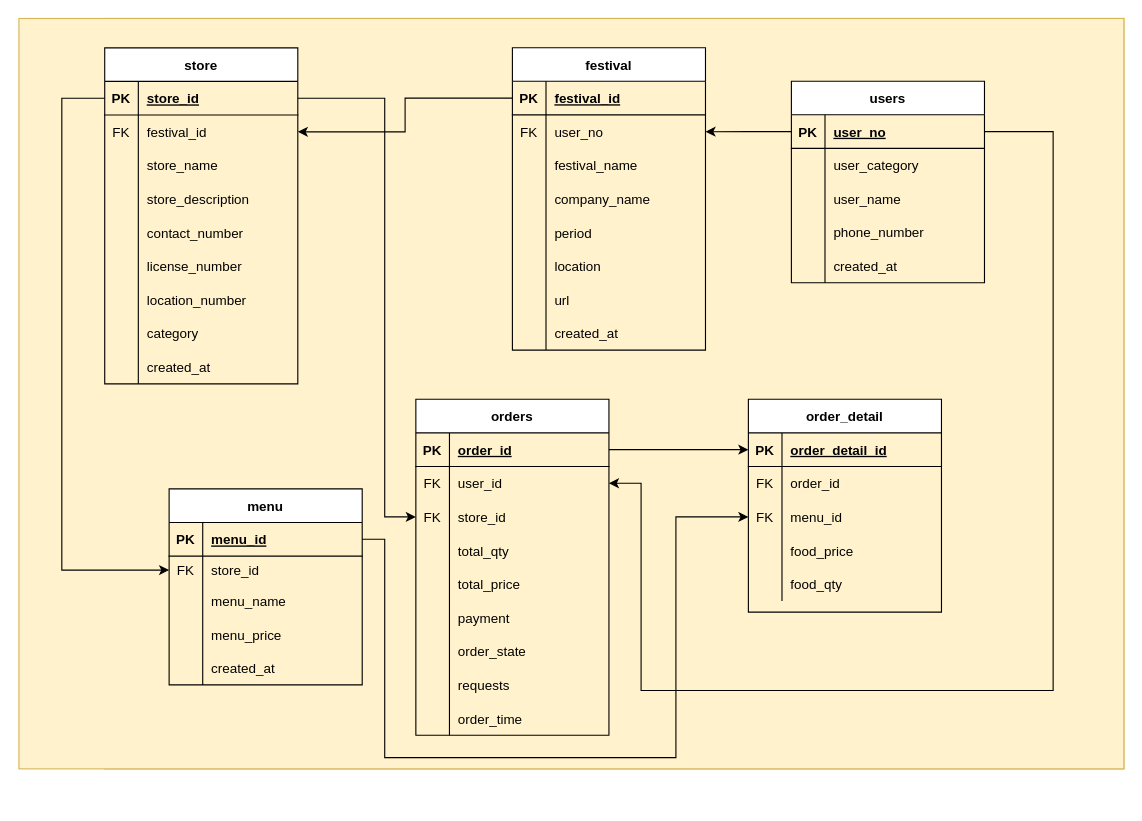
jaden7856/Goblin_DB_Schema keeps this draw.io diagram as DB Diagram.drawio. Above is the earlier version. Source tidied: cells renumbered, new cells numbered last; positions are measured from the earlier drawing's top-left corner, leaving out a move shared by most shapes. Both pictures are drawn from the tidied source at 112%, with x=0, y=0 at pixel (18, 18).
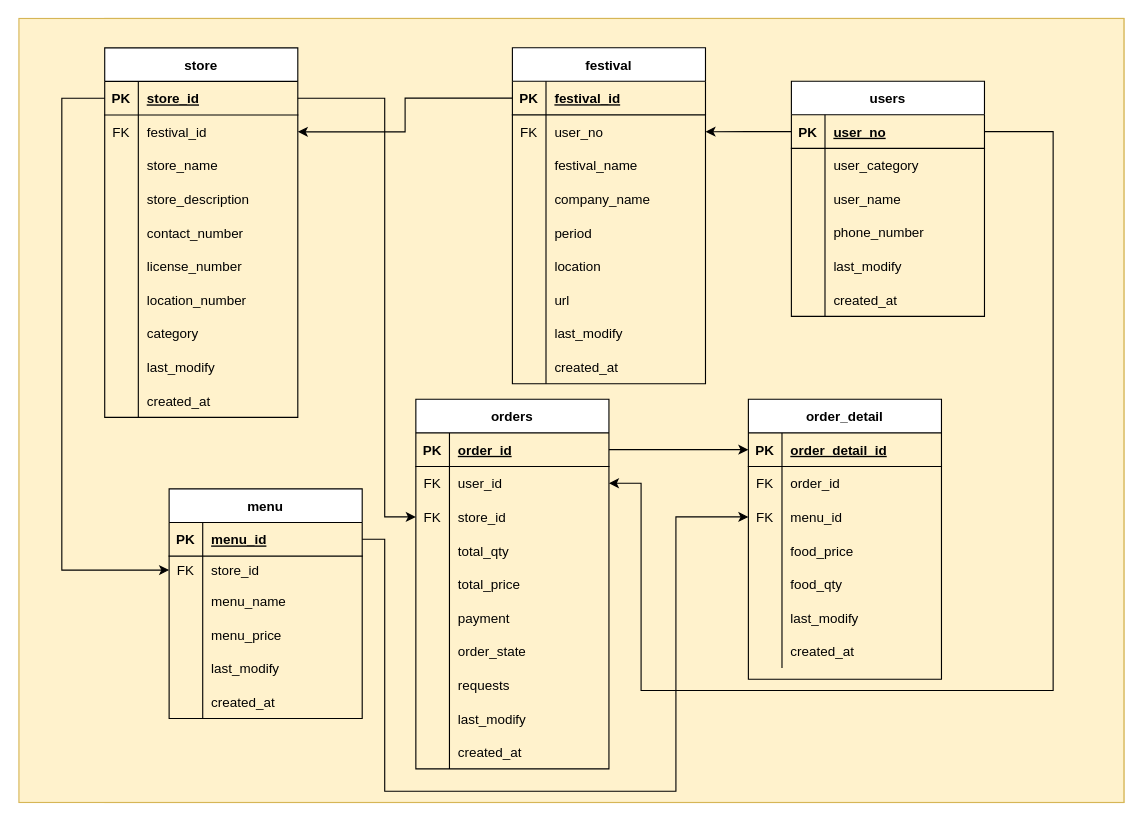
After the change.

The change refers to these unchanged cells:
```xml
<mxCell id="81" style="shape=partialRectangle;fillColor=none;top=0;left=0;bottom=0;right=0;points=[[0,0.5],[1,0.5]];portConstraint=eastwest;" parent="74" vertex="1">
  <mxGeometry y="90" width="172.4" height="30" as="geometry" />
</mxCell>
<mxCell id="116" style="shape=partialRectangle;fillColor=none;top=0;left=0;bottom=0;right=0;" parent="91" vertex="1">
  <mxGeometry y="270" width="172.4" height="30" as="geometry" />
</mxCell>
<mxCell id="122" style="shape=partialRectangle;fillColor=none;top=0;left=0;bottom=1;right=0;points=[[0,0.5],[1,0.5]];portConstraint=eastwest;" parent="121" vertex="1">
  <mxGeometry y="30" width="172.4" height="30" as="geometry" />
</mxCell>
```

Diff of the diagram source:
```diff
@@
     <mxCell id="2" style="group;fillColor=#fff2cc;strokeColor=#d6b656;" parent="1" vertex="1">
-      <mxGeometry x="77" width="910" height="670" as="geometry" />
+      <mxGeometry x="77" width="910" height="700" as="geometry" />
     </mxCell>
     <mxCell id="3" style="rounded=0;whiteSpace=wrap;html=1;fillColor=#fff2cc;strokeColor=#d6b656;" parent="2" vertex="1">
-      <mxGeometry x="-76.6" width="986.6" height="670" as="geometry" />
+      <mxGeometry x="-76.6" width="986.6" height="700" as="geometry" />
     </mxCell>
     <mxCell id="4" value="store" style="shape=table;startSize=30;childLayout=tableLayout;rowLines=0;fontStyle=1;align=center;" parent="2" vertex="1">
-      <mxGeometry y="26.2" width="172.4" height="300" as="geometry" />
+      <mxGeometry y="26.2" width="172.4" height="330" as="geometry" />
     </mxCell>
@@
+    <mxCell id="141" style="shape=partialRectangle;fillColor=none;top=0;left=0;bottom=0;right=0;" parent="4" vertex="1">
+      <mxGeometry y="270" width="172.4" height="30" as="geometry" />
+    </mxCell>
+    <mxCell id="142" style="shape=partialRectangle;fillColor=none;top=0;left=0;bottom=0;right=0;overflow=hidden;" parent="141" vertex="1">
+      <mxGeometry width="30" height="30" as="geometry" />
+    </mxCell>
+    <mxCell id="143" value="last_modify" style="shape=partialRectangle;fillColor=none;top=0;left=0;bottom=0;right=0;align=left;spacingLeft=6;overflow=hidden;" parent="141" vertex="1">
+      <mxGeometry x="30" width="142.4" height="30" as="geometry" />
+    </mxCell>
     <mxCell id="29" style="shape=partialRectangle;fillColor=none;top=0;left=0;bottom=0;right=0;" parent="4" vertex="1">
-      <mxGeometry y="270" width="172.4" height="30" as="geometry" />
+      <mxGeometry y="300" width="172.4" height="30" as="geometry" />
     </mxCell>
@@
     <mxCell id="32" value="festival" style="shape=table;startSize=30;childLayout=tableLayout;rowLines=0;fontStyle=1;align=center;" parent="2" vertex="1">
-      <mxGeometry x="364" y="26.1" width="172.4" height="270" as="geometry" />
+      <mxGeometry x="364" y="26.1" width="172.4" height="300" as="geometry" />
     </mxCell>
@@
+    <mxCell id="144" style="shape=partialRectangle;fillColor=none;top=0;left=0;bottom=0;right=0;" parent="32" vertex="1">
+      <mxGeometry y="240" width="172.4" height="30" as="geometry" />
+    </mxCell>
+    <mxCell id="145" style="shape=partialRectangle;fillColor=none;top=0;left=0;bottom=0;right=0;overflow=hidden;" parent="144" vertex="1">
+      <mxGeometry width="30" height="30" as="geometry" />
+    </mxCell>
+    <mxCell id="146" value="last_modify" style="shape=partialRectangle;fillColor=none;top=0;left=0;bottom=0;right=0;align=left;spacingLeft=6;overflow=hidden;" parent="144" vertex="1">
+      <mxGeometry x="30" width="142.4" height="30" as="geometry" />
+    </mxCell>
     <mxCell id="54" style="shape=partialRectangle;fillColor=none;top=0;left=0;bottom=0;right=0;" parent="32" vertex="1">
-      <mxGeometry y="240" width="172.4" height="30" as="geometry" />
+      <mxGeometry y="270" width="172.4" height="30" as="geometry" />
     </mxCell>
@@
     <mxCell id="58" value="users" style="shape=table;startSize=30;childLayout=tableLayout;rowLines=0;fontStyle=1;align=center;" parent="2" vertex="1">
-      <mxGeometry x="613.1" y="56" width="172.4" height="180" as="geometry" />
+      <mxGeometry x="613.1" y="56" width="172.4" height="210" as="geometry" />
     </mxCell>
@@
+    <mxCell id="147" style="shape=partialRectangle;fillColor=none;top=0;left=0;bottom=0;right=0;" parent="58" vertex="1">
+      <mxGeometry y="150" width="172.4" height="30" as="geometry" />
+    </mxCell>
+    <mxCell id="148" style="shape=partialRectangle;fillColor=none;top=0;left=0;bottom=0;right=0;overflow=hidden;" parent="147" vertex="1">
+      <mxGeometry width="30" height="30" as="geometry" />
+    </mxCell>
+    <mxCell id="149" value="last_modify" style="shape=partialRectangle;fillColor=none;top=0;left=0;bottom=0;right=0;align=left;spacingLeft=6;overflow=hidden;" parent="147" vertex="1">
+      <mxGeometry x="30" width="142.4" height="30" as="geometry" />
+    </mxCell>
     <mxCell id="71" style="shape=partialRectangle;fillColor=none;top=0;left=0;bottom=0;right=0;" parent="58" vertex="1">
-      <mxGeometry y="150" width="172.4" height="30" as="geometry" />
+      <mxGeometry y="180" width="172.4" height="30" as="geometry" />
     </mxCell>
@@
     <mxCell id="74" value="order_detail" style="shape=table;startSize=30;childLayout=tableLayout;rowLines=0;fontStyle=1;align=center;" parent="2" vertex="1">
-      <mxGeometry x="574.7" y="340" width="172.4" height="190" as="geometry" />
+      <mxGeometry x="574.7" y="340" width="172.4" height="250" as="geometry" />
     </mxCell>
@@
+    <mxCell id="150" style="shape=partialRectangle;fillColor=none;top=0;left=0;bottom=0;right=0;" parent="74" vertex="1">
+      <mxGeometry y="180" width="172.4" height="30" as="geometry" />
+    </mxCell>
+    <mxCell id="151" style="shape=partialRectangle;fillColor=none;top=0;left=0;bottom=0;right=0;overflow=hidden;" parent="150" vertex="1">
+      <mxGeometry width="30" height="30" as="geometry" />
+    </mxCell>
+    <mxCell id="152" value="last_modify" style="shape=partialRectangle;fillColor=none;top=0;left=0;bottom=0;right=0;align=left;spacingLeft=6;overflow=hidden;" parent="150" vertex="1">
+      <mxGeometry x="30" width="142.4" height="30" as="geometry" />
+    </mxCell>
+    <mxCell id="153" style="shape=partialRectangle;fillColor=none;top=0;left=0;bottom=0;right=0;" parent="74" vertex="1">
+      <mxGeometry y="210" width="172.4" height="30" as="geometry" />
+    </mxCell>
+    <mxCell id="154" style="shape=partialRectangle;fillColor=none;top=0;left=0;bottom=0;right=0;overflow=hidden;" parent="153" vertex="1">
+      <mxGeometry width="30" height="30" as="geometry" />
+    </mxCell>
+    <mxCell id="155" value="created_at" style="shape=partialRectangle;fillColor=none;top=0;left=0;bottom=0;right=0;align=left;spacingLeft=6;overflow=hidden;" parent="153" vertex="1">
+      <mxGeometry x="30" width="142.4" height="30" as="geometry" />
+    </mxCell>
@@
     <mxCell id="91" value="orders" style="shape=table;startSize=30;childLayout=tableLayout;rowLines=0;fontStyle=1;align=center;" parent="2" vertex="1">
-      <mxGeometry x="277.8" y="340" width="172.4" height="300" as="geometry" />
+      <mxGeometry x="277.8" y="340" width="172.4" height="330" as="geometry" />
     </mxCell>
@@
-    <mxCell id="118" value="order_time" style="shape=partialRectangle;fillColor=none;top=0;left=0;bottom=0;right=0;align=left;spacingLeft=6;overflow=hidden;" parent="116" vertex="1">
+    <mxCell id="118" value="last_modify" style="shape=partialRectangle;fillColor=none;top=0;left=0;bottom=0;right=0;align=left;spacingLeft=6;overflow=hidden;" parent="116" vertex="1">
       <mxGeometry x="30" width="142.4" height="30" as="geometry" />
     </mxCell>
+    <mxCell id="156" style="shape=partialRectangle;fillColor=none;top=0;left=0;bottom=0;right=0;" parent="91" vertex="1">
+      <mxGeometry y="300" width="172.4" height="30" as="geometry" />
+    </mxCell>
+    <mxCell id="157" style="shape=partialRectangle;fillColor=none;top=0;left=0;bottom=0;right=0;overflow=hidden;" parent="156" vertex="1">
+      <mxGeometry width="30" height="30" as="geometry" />
+    </mxCell>
+    <mxCell id="158" value="created_at" style="shape=partialRectangle;fillColor=none;top=0;left=0;bottom=0;right=0;align=left;spacingLeft=6;overflow=hidden;" parent="156" vertex="1">
+      <mxGeometry x="30" width="142.4" height="30" as="geometry" />
+    </mxCell>
@@
     <mxCell id="121" value="menu" style="shape=table;startSize=30;childLayout=tableLayout;rowLines=0;fontStyle=1;align=center;" parent="2" vertex="1">
-      <mxGeometry x="57.5" y="420" width="172.4" height="175" as="geometry" />
+      <mxGeometry x="57.5" y="420" width="172.4" height="205" as="geometry" />
     </mxCell>
@@
+    <mxCell id="159" style="shape=partialRectangle;fillColor=none;top=0;left=0;bottom=0;right=0;" parent="121" vertex="1">
+      <mxGeometry y="145" width="172.4" height="30" as="geometry" />
+    </mxCell>
+    <mxCell id="160" style="shape=partialRectangle;fillColor=none;top=0;left=0;bottom=0;right=0;overflow=hidden;" parent="159" vertex="1">
+      <mxGeometry width="30" height="30" as="geometry" />
+    </mxCell>
+    <mxCell id="161" value="last_modify" style="shape=partialRectangle;fillColor=none;top=0;left=0;bottom=0;right=0;align=left;spacingLeft=6;overflow=hidden;" parent="159" vertex="1">
+      <mxGeometry x="30" width="142.4" height="30" as="geometry" />
+    </mxCell>
     <mxCell id="134" style="shape=partialRectangle;fillColor=none;top=0;left=0;bottom=0;right=0;" parent="121" vertex="1">
-      <mxGeometry y="145" width="172.4" height="30" as="geometry" />
+      <mxGeometry y="175" width="172.4" height="30" as="geometry" />
     </mxCell>
@@
     <mxCell id="139" style="edgeStyle=orthogonalEdgeStyle;rounded=0;jettySize=auto;html=1;entryX=0;entryY=0.5;entryDx=0;entryDy=0;" parent="2" edge="1" source="122" target="81">
       <mxGeometry relative="1" as="geometry">
         <Array as="points">
           <mxPoint x="250" y="465" />
-          <mxPoint x="250" y="660" />
-          <mxPoint x="510" y="660" />
+          <mxPoint x="250" y="690" />
+          <mxPoint x="510" y="690" />
           <mxPoint x="510" y="445" />
         </Array>
       </mxGeometry>
     </mxCell>
```
